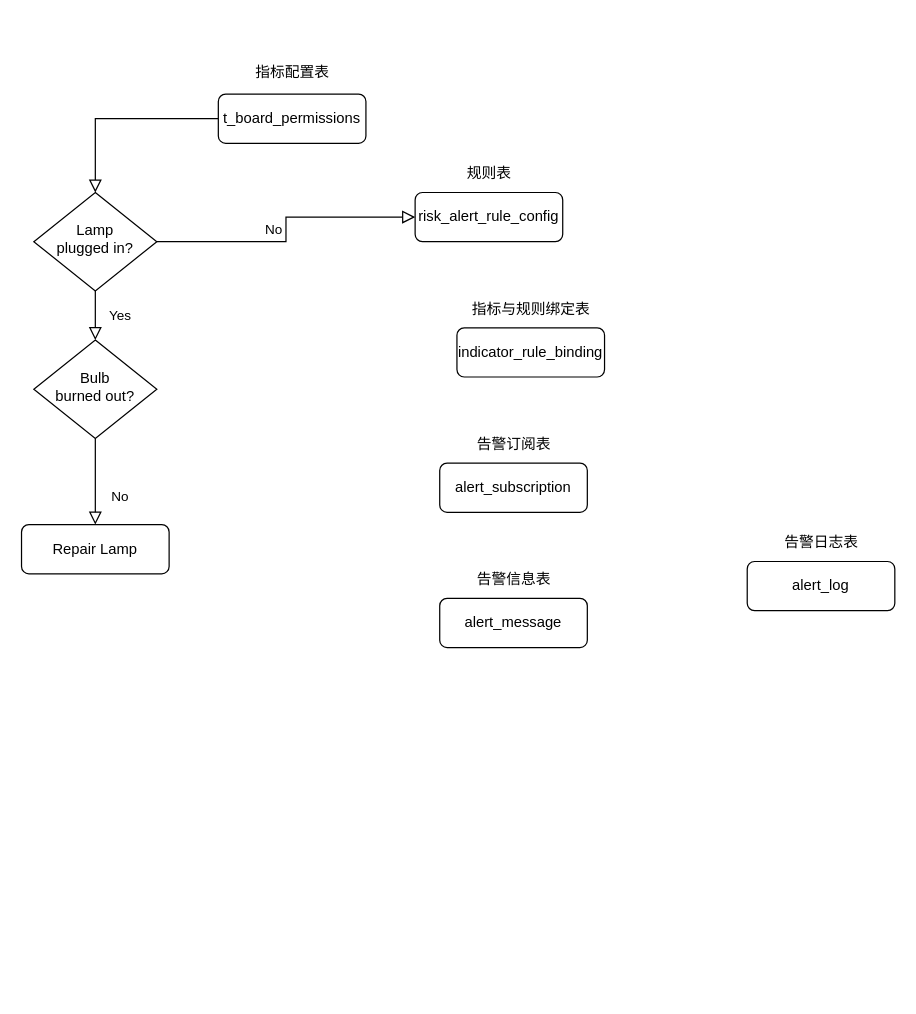
15973217290/my_rep01 keeps this draw.io diagram as 告警图关系.drawio. Above is the earlier version. Source tidied: cells renumbered, new cells numbered last; positions are measured from the earlier drawing's top-left corner, leaving out a move shared by most shapes. Both pictures are drawn from the tidied source at 123%, with x=0, y=0 at pixel (21, 54).
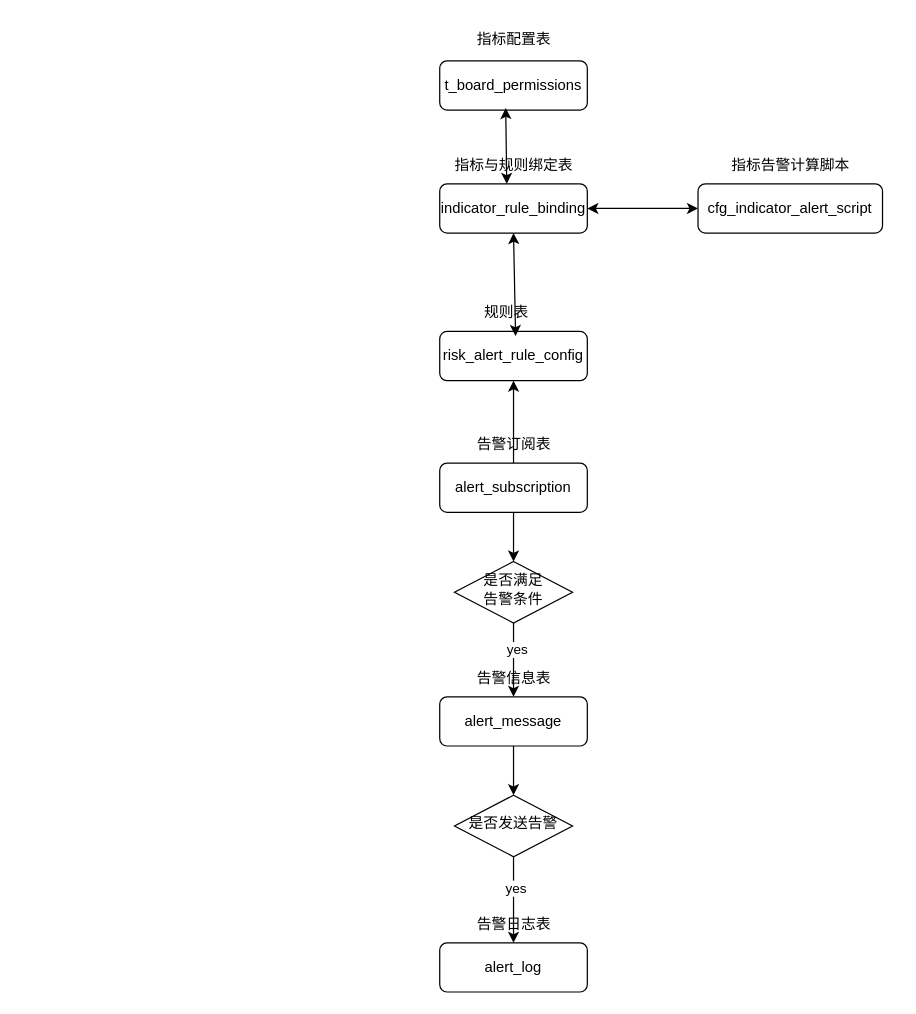
The same diagram, later.

Commit message (it also covers changes not shown here):
更新告警图关系.drawio

Unchanged cells that the change refers to:
```xml
<mxCell id="16" value="alert_subscription" style="rounded=1;whiteSpace=wrap;html=1;fontSize=12;glass=0;strokeWidth=1;shadow=0;" parent="1" vertex="1">
  <mxGeometry x="340" y="332" width="120" height="40" as="geometry" />
</mxCell>
```

Change to the diagram source:
```diff
@@
-    <mxCell id="2" style="rounded=0;html=1;jettySize=auto;fontSize=11;endArrow=block;endFill=0;endSize=8;strokeWidth=1;shadow=0;labelBackgroundColor=none;edgeStyle=orthogonalEdgeStyle;" parent="1" edge="1" source="3" target="6">
-      <mxGeometry relative="1" as="geometry" />
-    </mxCell>
     <mxCell id="3" value="t_board_permissions" style="rounded=1;whiteSpace=wrap;html=1;fontSize=12;glass=0;strokeWidth=1;shadow=0;" parent="1" vertex="1">
-      <mxGeometry x="160" y="32" width="120" height="40" as="geometry" />
+      <mxGeometry x="340" y="5" width="120" height="40" as="geometry" />
     </mxCell>
-    <mxCell id="4" value="Yes" style="rounded=0;html=1;jettySize=auto;fontSize=11;endArrow=block;endFill=0;endSize=8;strokeWidth=1;shadow=0;labelBackgroundColor=none;edgeStyle=orthogonalEdgeStyle;" parent="1" edge="1" source="6" target="9">
-      <mxGeometry y="20" relative="1" as="geometry" />
-    </mxCell>
-    <mxCell id="5" value="No" style="edgeStyle=orthogonalEdgeStyle;rounded=0;html=1;jettySize=auto;fontSize=11;endArrow=block;endFill=0;endSize=8;strokeWidth=1;shadow=0;labelBackgroundColor=none;" parent="1" edge="1" source="6" target="7">
-      <mxGeometry y="10" relative="1" as="geometry" />
-    </mxCell>
-    <mxCell id="6" value="Lamp&lt;br&gt;plugged in?" style="rhombus;whiteSpace=wrap;html=1;shadow=0;fontFamily=Helvetica;fontSize=12;align=center;strokeWidth=1;spacing=6;spacingTop=-4;" parent="1" vertex="1">
-      <mxGeometry x="10" y="112" width="100" height="80" as="geometry" />
-    </mxCell>
     <mxCell id="7" value="risk_alert_rule_config" style="rounded=1;whiteSpace=wrap;html=1;fontSize=12;glass=0;strokeWidth=1;shadow=0;" parent="1" vertex="1">
-      <mxGeometry x="320" y="112" width="120" height="40" as="geometry" />
+      <mxGeometry x="340" y="225" width="120" height="40" as="geometry" />
     </mxCell>
-    <mxCell id="8" value="No" style="rounded=0;html=1;jettySize=auto;fontSize=11;endArrow=block;endFill=0;endSize=8;strokeWidth=1;shadow=0;labelBackgroundColor=none;edgeStyle=orthogonalEdgeStyle;" parent="1" edge="1" source="9" target="10">
-      <mxGeometry x="0.33" y="20" relative="1" as="geometry" />
-    </mxCell>
-    <mxCell id="9" value="Bulb&lt;br&gt;burned out?" style="rhombus;whiteSpace=wrap;html=1;shadow=0;fontFamily=Helvetica;fontSize=12;align=center;strokeWidth=1;spacing=6;spacingTop=-4;" parent="1" vertex="1">
-      <mxGeometry x="10" y="232" width="100" height="80" as="geometry" />
-    </mxCell>
-    <mxCell id="10" value="Repair Lamp" style="rounded=1;whiteSpace=wrap;html=1;fontSize=12;glass=0;strokeWidth=1;shadow=0;" parent="1" vertex="1">
-      <mxGeometry y="382" width="120" height="40" as="geometry" />
-    </mxCell>
     <mxCell id="11" value="alert_message" style="rounded=1;whiteSpace=wrap;html=1;fontSize=12;glass=0;strokeWidth=1;shadow=0;" parent="1" vertex="1">
-      <mxGeometry x="340" y="442" width="120" height="40" as="geometry" />
+      <mxGeometry x="340" y="522" width="120" height="40" as="geometry" />
     </mxCell>
     <mxCell id="12" value="指标配置表" style="text;html=1;align=center;verticalAlign=middle;strokeColor=none;fillColor=none;" parent="1" vertex="1">
-      <mxGeometry x="180" width="80" height="30" as="geometry" />
+      <mxGeometry x="360" y="-27" width="80" height="30" as="geometry" />
     </mxCell>
     <mxCell id="13" value="规则表" style="text;html=1;align=center;verticalAlign=middle;points=[];strokeColor=none;fillColor=none;" parent="1" vertex="1">
-      <mxGeometry x="350" y="82" width="60" height="30" as="geometry" />
+      <mxGeometry x="364" y="195" width="60" height="30" as="geometry" />
     </mxCell>
     <mxCell id="14" value="indicator_rule_binding" style="rounded=1;whiteSpace=wrap;html=1;fontSize=12;glass=0;strokeWidth=1;shadow=0;" parent="1" vertex="1">
-      <mxGeometry x="354" y="222" width="120" height="40" as="geometry" />
+      <mxGeometry x="340" y="105" width="120" height="40" as="geometry" />
     </mxCell>
     <mxCell id="15" value="指标与规则绑定表" style="text;html=1;align=center;verticalAlign=middle;strokeColor=none;fillColor=none;" parent="1" vertex="1">
-      <mxGeometry x="354" y="192" width="120" height="30" as="geometry" />
+      <mxGeometry x="340" y="75" width="120" height="30" as="geometry" />
     </mxCell>
+    <mxCell id="21" style="edgeStyle=orthogonalEdgeStyle;rounded=0;jettySize=auto;html=1;exitX=0.5;exitY=1;exitDx=0;exitDy=0;entryX=0.5;entryY=0;entryDx=0;entryDy=0;" parent="1" edge="1" source="16" target="32">
+      <mxGeometry relative="1" as="geometry" />
+    </mxCell>
@@
     <mxCell id="18" value="告警信息表" style="text;html=1;align=center;verticalAlign=middle;strokeColor=none;fillColor=none;" parent="1" vertex="1">
-      <mxGeometry x="360" y="412" width="80" height="30" as="geometry" />
+      <mxGeometry x="360" y="492" width="80" height="30" as="geometry" />
     </mxCell>
     <mxCell id="19" value="alert_log" style="rounded=1;whiteSpace=wrap;html=1;fontSize=12;glass=0;strokeWidth=1;shadow=0;" parent="1" vertex="1">
-      <mxGeometry x="590" y="412" width="120" height="40" as="geometry" />
+      <mxGeometry x="340" y="722" width="120" height="40" as="geometry" />
     </mxCell>
     <mxCell id="20" value="告警日志表" style="text;html=1;align=center;verticalAlign=middle;strokeColor=none;fillColor=none;" parent="1" vertex="1">
-      <mxGeometry x="610" y="382" width="80" height="30" as="geometry" />
+      <mxGeometry x="360" y="692" width="80" height="30" as="geometry" />
     </mxCell>
+    <mxCell id="22" value="cfg_indicator_alert_script" style="rounded=1;whiteSpace=wrap;html=1;fontSize=12;glass=0;strokeWidth=1;shadow=0;" parent="1" vertex="1">
+      <mxGeometry x="550" y="105" width="150" height="40" as="geometry" />
+    </mxCell>
+    <mxCell id="23" value="指标告警计算脚本" style="text;html=1;align=center;verticalAlign=middle;strokeColor=none;fillColor=none;" parent="1" vertex="1">
+      <mxGeometry x="565" y="75" width="120" height="30" as="geometry" />
+    </mxCell>
+    <mxCell id="24" style="endArrow=classic;startArrow=classic;html=1;rounded=0;entryX=0.5;entryY=1;entryDx=0;entryDy=0;exitX=0.628;exitY=1.122;exitDx=0;exitDy=0;exitPerimeter=0;" parent="1" edge="1" source="13" target="14">
+      <mxGeometry relative="1" as="geometry" />
+    </mxCell>
+    <mxCell id="25" style="endArrow=classic;startArrow=classic;html=1;rounded=0;entryX=0.447;entryY=0.958;entryDx=0;entryDy=0;entryPerimeter=0;" parent="1" edge="1" target="3">
+      <mxGeometry relative="1" as="geometry">
+        <mxPoint x="394.5" y="105" as="sourcePoint" />
+      </mxGeometry>
+    </mxCell>
+    <mxCell id="26" style="endArrow=classic;startArrow=classic;html=1;rounded=0;exitX=1;exitY=0.5;exitDx=0;exitDy=0;entryX=0;entryY=0.5;entryDx=0;entryDy=0;" parent="1" edge="1" source="14" target="22">
+      <mxGeometry relative="1" as="geometry" />
+    </mxCell>
+    <mxCell id="27" style="endArrow=classic;html=1;rounded=0;entryX=0.5;entryY=1;entryDx=0;entryDy=0;exitX=0.5;exitY=0;exitDx=0;exitDy=0;" parent="1" edge="1" source="16" target="7">
+      <mxGeometry relative="1" as="geometry" />
+    </mxCell>
+    <mxCell id="28" value="是否发送告警" style="rhombus;whiteSpace=wrap;html=1;shadow=0;fontFamily=Helvetica;fontSize=12;align=center;strokeWidth=1;spacing=6;spacingTop=-4;" parent="1" vertex="1">
+      <mxGeometry x="352" y="602" width="96" height="50" as="geometry" />
+    </mxCell>
+    <mxCell id="29" style="endArrow=classic;html=1;rounded=0;exitX=0.5;exitY=1;exitDx=0;exitDy=0;entryX=0.5;entryY=0;entryDx=0;entryDy=0;" parent="1" edge="1" source="11" target="28">
+      <mxGeometry relative="1" as="geometry" />
+    </mxCell>
+    <mxCell id="30" style="endArrow=classic;html=1;rounded=0;exitX=0.5;exitY=1;exitDx=0;exitDy=0;" parent="1" edge="1" source="28">
+      <mxGeometry relative="1" as="geometry">
+        <mxPoint x="400" y="722" as="targetPoint" />
+      </mxGeometry>
+    </mxCell>
+    <mxCell id="31" value="yes" style="edgeLabel;html=1;align=center;verticalAlign=middle;" parent="30" vertex="1">
+      <mxGeometry x="-0.29" y="1" relative="1" as="geometry" />
+    </mxCell>
+    <mxCell id="32" value="是否满足&lt;div&gt;告警条件&lt;/div&gt;" style="rhombus;whiteSpace=wrap;html=1;shadow=0;fontFamily=Helvetica;fontSize=12;align=center;strokeWidth=1;spacing=6;spacingTop=-4;" parent="1" vertex="1">
+      <mxGeometry x="352" y="412" width="96" height="50" as="geometry" />
+    </mxCell>
+    <mxCell id="33" style="endArrow=classic;html=1;rounded=0;exitX=0.5;exitY=1;exitDx=0;exitDy=0;" parent="1" edge="1" source="32">
+      <mxGeometry relative="1" as="geometry">
+        <mxPoint x="400" y="522" as="targetPoint" />
+      </mxGeometry>
+    </mxCell>
+    <mxCell id="34" value="yes" style="edgeLabel;html=1;align=center;verticalAlign=middle;" parent="33" vertex="1">
+      <mxGeometry x="-0.3" y="2" relative="1" as="geometry" />
+    </mxCell>
```
